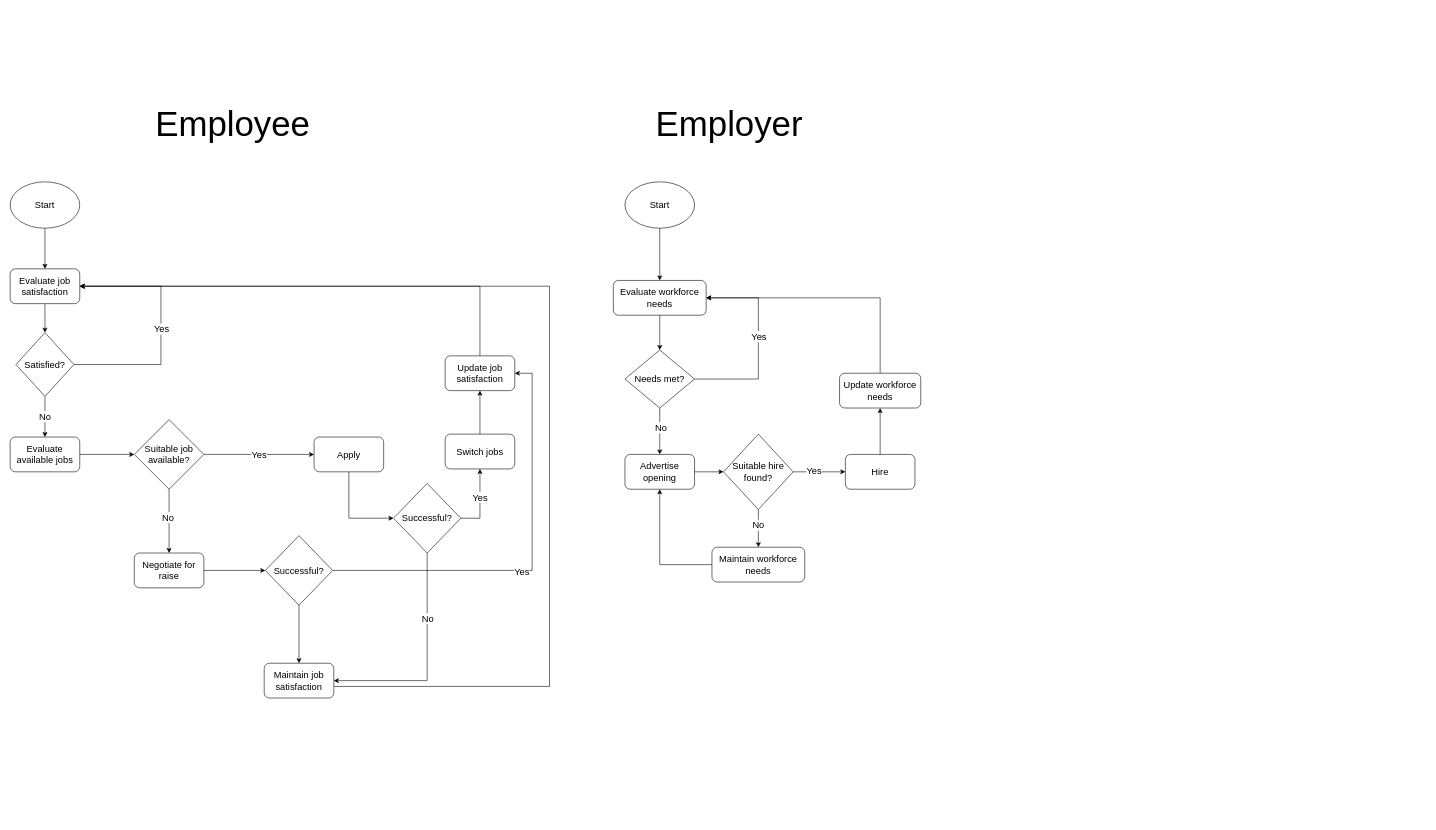
This is Optimising Compensation.drawio from TinoMuzambi/OptimisingCompensation, a draw.io file, before an edit. Source tidied: cells renumbered, new cells numbered last; positions are measured from the earlier drawing's top-left corner, leaving out a move shared by most shapes. Both pictures are drawn from the tidied source at 58%, with x=0, y=0 at pixel (10, 115).
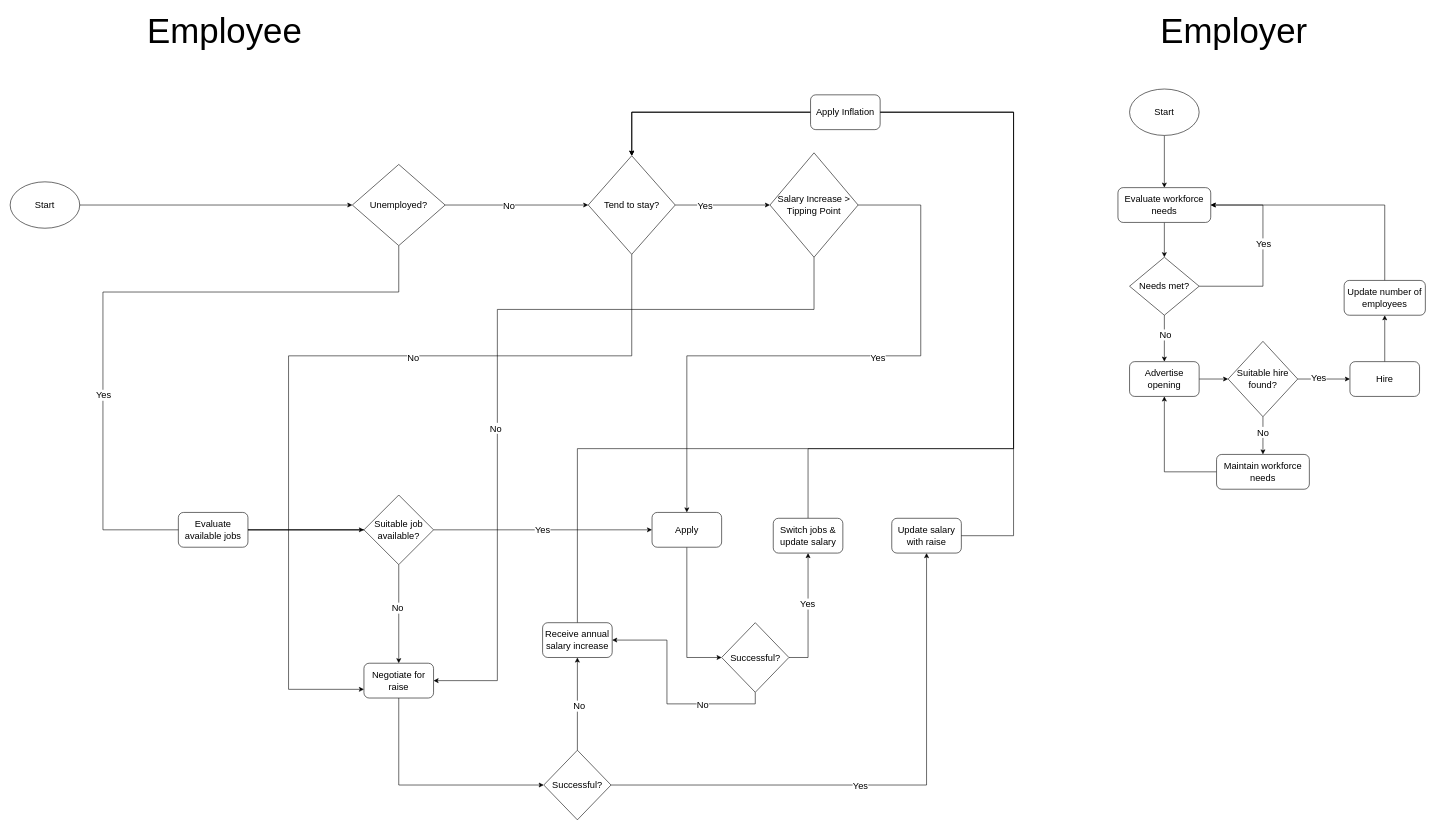
The same page after the edit.

The change refers to these unchanged cells:
```xml
<mxCell id="3" value="&lt;font style=&quot;font-size: 16px;&quot;&gt;Start&lt;/font&gt;" style="ellipse;whiteSpace=wrap;html=1;fontSize=16;" parent="1" vertex="1">
  <mxGeometry y="115" width="120" height="80" as="geometry" />
</mxCell>
```

Diff of the diagram source:
```diff
@@
-<mxGraphModel>
+<mxGraphModel background="#ffffff">
@@
-    <mxCell id="2" style="edgeStyle=orthogonalEdgeStyle;rounded=0;jettySize=auto;html=1;entryX=0.5;entryY=0;entryDx=0;entryDy=0;fontFamily=Helvetica;fontSize=16;fontColor=default;" parent="1" edge="1" source="3" target="9">
-      <mxGeometry relative="1" as="geometry" />
-    </mxCell>
@@
-    <mxCell id="4" style="edgeStyle=orthogonalEdgeStyle;rounded=0;jettySize=auto;html=1;fontFamily=Helvetica;fontSize=16;fontColor=default;exitX=1;exitY=0.5;exitDx=0;exitDy=0;entryX=1;entryY=0.5;entryDx=0;entryDy=0;" parent="1" edge="1" source="7" target="9">
-      <mxGeometry relative="1" as="geometry">
-        <Array as="points">
-          <mxPoint x="260" y="430" />
-          <mxPoint x="260" y="295" />
-        </Array>
-      </mxGeometry>
-    </mxCell>
-    <mxCell id="5" value="Yes" style="edgeLabel;html=1;align=center;verticalAlign=middle;strokeColor=default;fontFamily=Helvetica;fontSize=16;fontColor=default;fillColor=default;" parent="4" vertex="1">
-      <mxGeometry relative="1" as="geometry">
-        <mxPoint y="1" as="offset" />
-      </mxGeometry>
-    </mxCell>
+    <mxCell id="59" style="edgeStyle=orthogonalEdgeStyle;rounded=0;jettySize=auto;html=1;entryX=0;entryY=0.5;entryDx=0;entryDy=0;fontSize=16;" parent="1" edge="1" source="7" target="69">
+      <mxGeometry relative="1" as="geometry" />
+    </mxCell>
+    <mxCell id="60" value="No" style="edgeLabel;html=1;align=center;verticalAlign=middle;fontSize=16;" parent="59" vertex="1">
+      <mxGeometry x="-0.12" y="-1" relative="1" as="geometry" />
+    </mxCell>
-    <mxCell id="6" value="No" style="edgeStyle=orthogonalEdgeStyle;rounded=0;jettySize=auto;html=1;fontFamily=Helvetica;fontSize=16;fontColor=default;" parent="1" edge="1" source="7" target="11">
-      <mxGeometry relative="1" as="geometry" />
+    <mxCell id="6" style="edgeStyle=orthogonalEdgeStyle;rounded=0;jettySize=auto;html=1;entryX=0;entryY=0.5;entryDx=0;entryDy=0;fontSize=16;" parent="1" edge="1" source="7" target="11">
+      <mxGeometry relative="1" as="geometry">
+        <Array as="points">
+          <mxPoint x="670" y="305" />
+          <mxPoint x="160" y="305" />
+          <mxPoint x="160" y="715" />
+          <mxPoint x="610" y="715" />
+        </Array>
+      </mxGeometry>
     </mxCell>
+    <mxCell id="61" value="&lt;font style=&quot;font-size: 16px;&quot;&gt;Yes&lt;/font&gt;" style="edgeLabel;html=1;align=center;verticalAlign=middle;fontSize=16;" parent="6" vertex="1">
+      <mxGeometry x="0.11" relative="1" as="geometry">
+        <mxPoint y="-215" as="offset" />
+      </mxGeometry>
+    </mxCell>
-    <mxCell id="7" value="Satisfied?" style="rhombus;whiteSpace=wrap;html=1;fontSize=16;" parent="1" vertex="1">
-      <mxGeometry x="10" y="375" width="100" height="110" as="geometry" />
+    <mxCell id="7" value="Unemployed?" style="rhombus;whiteSpace=wrap;html=1;fontSize=16;" parent="1" vertex="1">
+      <mxGeometry x="590" y="85" width="160" height="140" as="geometry" />
     </mxCell>
-    <mxCell id="8" style="edgeStyle=orthogonalEdgeStyle;rounded=0;jettySize=auto;html=1;entryX=0.5;entryY=0;entryDx=0;entryDy=0;fontFamily=Helvetica;fontSize=16;fontColor=default;" parent="1" edge="1" source="9" target="7">
+    <mxCell id="8" style="edgeStyle=orthogonalEdgeStyle;rounded=0;jettySize=auto;html=1;fontFamily=Helvetica;fontSize=16;fontColor=default;exitX=1;exitY=0.5;exitDx=0;exitDy=0;entryX=0;entryY=0.5;entryDx=0;entryDy=0;" parent="1" edge="1" source="3" target="7">
       <mxGeometry relative="1" as="geometry" />
     </mxCell>
-    <mxCell id="9" value="Evaluate job satisfaction" style="rounded=1;whiteSpace=wrap;html=1;strokeColor=default;align=center;verticalAlign=middle;fontFamily=Helvetica;fontSize=16;fontColor=default;fillColor=default;" parent="1" vertex="1">
-      <mxGeometry y="265" width="120" height="60" as="geometry" />
-    </mxCell>
@@
     <mxCell id="11" value="Evaluate available jobs" style="whiteSpace=wrap;html=1;fontSize=16;rounded=1;" parent="1" vertex="1">
-      <mxGeometry y="555" width="120" height="60" as="geometry" />
+      <mxGeometry x="290" y="685" width="120" height="60" as="geometry" />
     </mxCell>
@@
-    <mxCell id="13" style="edgeStyle=orthogonalEdgeStyle;rounded=0;jettySize=auto;html=1;fontFamily=Helvetica;fontSize=16;fontColor=default;" parent="1" edge="1" source="15" target="19">
+    <mxCell id="13" style="edgeStyle=orthogonalEdgeStyle;rounded=0;jettySize=auto;html=1;fontFamily=Helvetica;fontSize=16;fontColor=default;exitX=0.5;exitY=1;exitDx=0;exitDy=0;" parent="1" edge="1" source="15" target="19">
       <mxGeometry relative="1" as="geometry" />
     </mxCell>
@@
     <mxCell id="15" value="Suitable job available?" style="rhombus;whiteSpace=wrap;html=1;fontSize=16;rounded=0;" parent="1" vertex="1">
-      <mxGeometry x="214" y="525" width="120" height="120" as="geometry" />
+      <mxGeometry x="610" y="655" width="120" height="120" as="geometry" />
     </mxCell>
-    <mxCell id="16" style="edgeStyle=orthogonalEdgeStyle;rounded=0;jettySize=auto;html=1;fontFamily=Helvetica;fontSize=16;fontColor=default;" parent="1" edge="1" source="17" target="21">
-      <mxGeometry relative="1" as="geometry" />
-    </mxCell>
+    <mxCell id="62" style="edgeStyle=orthogonalEdgeStyle;rounded=0;jettySize=auto;html=1;entryX=0.5;entryY=0;entryDx=0;entryDy=0;fontSize=16;" parent="1" edge="1" source="17" target="69">
+      <mxGeometry relative="1" as="geometry">
+        <Array as="points">
+          <mxPoint x="1376" y="575" />
+          <mxPoint x="1730" y="575" />
+          <mxPoint x="1730" y="-5" />
+          <mxPoint x="1072" y="-5" />
+        </Array>
+      </mxGeometry>
+    </mxCell>
-    <mxCell id="17" value="Switch jobs" style="whiteSpace=wrap;html=1;fontSize=16;rounded=1;" parent="1" vertex="1">
-      <mxGeometry x="750" y="550" width="120" height="60" as="geometry" />
+    <mxCell id="17" value="Switch jobs &amp;amp; update salary" style="whiteSpace=wrap;html=1;fontSize=16;rounded=1;" parent="1" vertex="1">
+      <mxGeometry x="1315.7" y="695.1" width="120" height="60" as="geometry" />
     </mxCell>
-    <mxCell id="18" style="edgeStyle=orthogonalEdgeStyle;rounded=0;jettySize=auto;html=1;fontFamily=Helvetica;fontSize=16;fontColor=default;" parent="1" edge="1" source="19" target="25">
-      <mxGeometry relative="1" as="geometry" />
+    <mxCell id="18" style="edgeStyle=orthogonalEdgeStyle;rounded=0;jettySize=auto;html=1;fontFamily=Helvetica;fontSize=16;fontColor=default;entryX=0;entryY=0.5;entryDx=0;entryDy=0;exitX=0.5;exitY=1;exitDx=0;exitDy=0;" parent="1" edge="1" source="19" target="25">
+      <mxGeometry relative="1" as="geometry">
+        <Array as="points">
+          <mxPoint x="670" y="1155" />
+        </Array>
+      </mxGeometry>
     </mxCell>
     <mxCell id="19" value="Negotiate for raise" style="whiteSpace=wrap;html=1;fontSize=16;rounded=1;" parent="1" vertex="1">
-      <mxGeometry x="214" y="755" width="120" height="60" as="geometry" />
+      <mxGeometry x="610" y="945" width="120" height="60" as="geometry" />
     </mxCell>
-    <mxCell id="20" style="edgeStyle=orthogonalEdgeStyle;rounded=0;jettySize=auto;html=1;exitX=0.5;exitY=0;exitDx=0;exitDy=0;entryX=1;entryY=0.5;entryDx=0;entryDy=0;fontFamily=Helvetica;fontSize=16;fontColor=default;" parent="1" edge="1" source="21" target="9">
-      <mxGeometry relative="1" as="geometry" />
-    </mxCell>
-    <mxCell id="21" value="Update job satisfaction" style="whiteSpace=wrap;html=1;fontSize=16;rounded=1;" parent="1" vertex="1">
-      <mxGeometry x="750" y="415" width="120" height="60" as="geometry" />
-    </mxCell>
-    <mxCell id="22" style="edgeStyle=orthogonalEdgeStyle;rounded=0;jettySize=auto;html=1;entryX=1;entryY=0.5;entryDx=0;entryDy=0;fontFamily=Helvetica;fontSize=16;fontColor=default;" parent="1" edge="1" source="25" target="21">
+    <mxCell id="22" style="edgeStyle=orthogonalEdgeStyle;rounded=0;jettySize=auto;html=1;fontFamily=Helvetica;fontSize=16;fontColor=default;entryX=0.5;entryY=1;entryDx=0;entryDy=0;exitX=1;exitY=0.5;exitDx=0;exitDy=0;" parent="1" edge="1" source="25" target="76">
       <mxGeometry relative="1" as="geometry">
         <Array as="points">
-          <mxPoint x="900" y="785" />
-          <mxPoint x="900" y="445" />
+          <mxPoint x="1580" y="1155" />
         </Array>
       </mxGeometry>
     </mxCell>
@@
-    <mxCell id="24" style="edgeStyle=orthogonalEdgeStyle;rounded=0;jettySize=auto;html=1;fontFamily=Helvetica;fontSize=16;fontColor=default;" parent="1" edge="1" source="25" target="27">
+    <mxCell id="24" style="edgeStyle=orthogonalEdgeStyle;rounded=0;jettySize=auto;html=1;entryX=0.5;entryY=1;entryDx=0;entryDy=0;fontSize=16;" parent="1" edge="1" source="25" target="27">
       <mxGeometry relative="1" as="geometry" />
     </mxCell>
+    <mxCell id="63" value="&lt;font style=&quot;font-size: 16px;&quot;&gt;No&lt;/font&gt;" style="edgeLabel;html=1;align=center;verticalAlign=middle;fontSize=16;" parent="24" vertex="1">
+      <mxGeometry x="-0.04" y="-2" relative="1" as="geometry" />
+    </mxCell>
     <mxCell id="25" value="Successful?" style="rhombus;whiteSpace=wrap;html=1;fontSize=16;rounded=0;" parent="1" vertex="1">
-      <mxGeometry x="440" y="725" width="116" height="120" as="geometry" />
+      <mxGeometry x="920" y="1095" width="116" height="120" as="geometry" />
     </mxCell>
-    <mxCell id="26" style="edgeStyle=orthogonalEdgeStyle;rounded=0;jettySize=auto;html=1;entryX=1;entryY=0.5;entryDx=0;entryDy=0;fontFamily=Helvetica;fontSize=16;fontColor=default;" parent="1" edge="1" source="27" target="9">
-      <mxGeometry relative="1" as="geometry">
-        <Array as="points">
-          <mxPoint x="930" y="985" />
-          <mxPoint x="930" y="295" />
-        </Array>
-      </mxGeometry>
-    </mxCell>
+    <mxCell id="64" style="edgeStyle=orthogonalEdgeStyle;rounded=0;jettySize=auto;html=1;entryX=0.5;entryY=0;entryDx=0;entryDy=0;fontSize=16;" parent="1" edge="1" source="27" target="69">
+      <mxGeometry relative="1" as="geometry">
+        <Array as="points">
+          <mxPoint x="978" y="575" />
+          <mxPoint x="1730" y="575" />
+          <mxPoint x="1730" y="-5" />
+          <mxPoint x="1072" y="-5" />
+        </Array>
+      </mxGeometry>
+    </mxCell>
-    <mxCell id="27" value="Maintain job satisfaction" style="whiteSpace=wrap;html=1;fontSize=16;rounded=1;" parent="1" vertex="1">
-      <mxGeometry x="438" y="945" width="120" height="60" as="geometry" />
+    <mxCell id="27" value="Receive annual salary increase" style="whiteSpace=wrap;html=1;fontSize=16;rounded=1;" parent="1" vertex="1">
+      <mxGeometry x="918" y="875.1" width="120" height="60" as="geometry" />
     </mxCell>
     <mxCell id="28" value="&lt;font style=&quot;font-size: 60px;&quot;&gt;Employee&lt;/font&gt;" style="text;html=1;align=center;verticalAlign=middle;whiteSpace=wrap;rounded=0;fontFamily=Helvetica;fontSize=12;fontColor=default;" parent="1" vertex="1">
-      <mxGeometry x="354" width="60" height="30" as="geometry" />
+      <mxGeometry x="340" y="-160" width="60" height="30" as="geometry" />
     </mxCell>
     <mxCell id="29" value="&lt;font style=&quot;font-size: 60px;&quot;&gt;Employer&lt;/font&gt;" style="text;html=1;align=center;verticalAlign=middle;whiteSpace=wrap;rounded=0;fontFamily=Helvetica;fontSize=12;fontColor=default;" parent="1" vertex="1">
-      <mxGeometry x="1210" width="60" height="30" as="geometry" />
+      <mxGeometry x="2080" y="-160" width="60" height="30" as="geometry" />
     </mxCell>
@@
     <mxCell id="31" value="Start" style="ellipse;whiteSpace=wrap;html=1;strokeColor=default;align=center;verticalAlign=middle;fontFamily=Helvetica;fontSize=16;fontColor=default;fillColor=default;" parent="1" vertex="1">
-      <mxGeometry x="1060" y="115" width="120" height="80" as="geometry" />
+      <mxGeometry x="1930" y="-45" width="120" height="80" as="geometry" />
     </mxCell>
@@
     <mxCell id="33" value="Evaluate workforce needs" style="whiteSpace=wrap;html=1;rounded=1;fontSize=16;" parent="1" vertex="1">
-      <mxGeometry x="1040" y="285" width="160" height="60" as="geometry" />
+      <mxGeometry x="1910" y="125" width="160" height="60" as="geometry" />
     </mxCell>
     <mxCell id="34" style="edgeStyle=orthogonalEdgeStyle;rounded=0;jettySize=auto;html=1;entryX=1;entryY=0.5;entryDx=0;entryDy=0;fontFamily=Helvetica;fontSize=16;fontColor=default;exitX=1;exitY=0.5;exitDx=0;exitDy=0;" parent="1" edge="1" source="38" target="33">
       <mxGeometry relative="1" as="geometry">
         <Array as="points">
-          <mxPoint x="1290" y="455" />
-          <mxPoint x="1290" y="315" />
+          <mxPoint x="2160" y="295" />
+          <mxPoint x="2160" y="155" />
         </Array>
       </mxGeometry>
     </mxCell>
@@
     <mxCell id="38" value="Needs met?" style="rhombus;whiteSpace=wrap;html=1;rounded=0;fontSize=16;" parent="1" vertex="1">
-      <mxGeometry x="1060" y="405" width="120" height="100" as="geometry" />
+      <mxGeometry x="1930" y="245" width="120" height="100" as="geometry" />
     </mxCell>
@@
     <mxCell id="40" value="Advertise opening" style="whiteSpace=wrap;html=1;rounded=1;fontSize=16;" parent="1" vertex="1">
-      <mxGeometry x="1060" y="585" width="120" height="60" as="geometry" />
+      <mxGeometry x="1930" y="425" width="120" height="60" as="geometry" />
     </mxCell>
@@
     <mxCell id="45" value="Suitable hire found?" style="rhombus;whiteSpace=wrap;html=1;rounded=0;fontSize=16;" parent="1" vertex="1">
-      <mxGeometry x="1230" y="550" width="120" height="130" as="geometry" />
+      <mxGeometry x="2100" y="390" width="120" height="130" as="geometry" />
     </mxCell>
@@
     <mxCell id="47" value="Hire" style="whiteSpace=wrap;html=1;rounded=1;fontSize=16;" parent="1" vertex="1">
-      <mxGeometry x="1440" y="585" width="120" height="60" as="geometry" />
+      <mxGeometry x="2310" y="425" width="120" height="60" as="geometry" />
     </mxCell>
     <mxCell id="48" style="edgeStyle=orthogonalEdgeStyle;rounded=0;jettySize=auto;html=1;entryX=1;entryY=0.5;entryDx=0;entryDy=0;fontFamily=Helvetica;fontSize=16;fontColor=default;exitX=0.5;exitY=0;exitDx=0;exitDy=0;" parent="1" edge="1" source="49" target="33">
       <mxGeometry relative="1" as="geometry">
         <Array as="points">
-          <mxPoint x="1500" y="315" />
+          <mxPoint x="2370" y="155" />
         </Array>
       </mxGeometry>
     </mxCell>
-    <mxCell id="49" value="Update workforce needs" style="whiteSpace=wrap;html=1;rounded=1;fontSize=16;" parent="1" vertex="1">
-      <mxGeometry x="1430" y="445" width="140" height="60" as="geometry" />
+    <mxCell id="49" value="Update number of employees" style="whiteSpace=wrap;html=1;rounded=1;fontSize=16;" parent="1" vertex="1">
+      <mxGeometry x="2300" y="285" width="140" height="60" as="geometry" />
     </mxCell>
@@
     <mxCell id="51" value="Maintain workforce needs" style="whiteSpace=wrap;html=1;rounded=1;fontSize=16;" parent="1" vertex="1">
-      <mxGeometry x="1210" y="745" width="160" height="60" as="geometry" />
+      <mxGeometry x="2080" y="585" width="160" height="60" as="geometry" />
     </mxCell>
@@
     <mxCell id="53" value="Apply" style="rounded=1;whiteSpace=wrap;html=1;strokeColor=default;align=center;verticalAlign=middle;fontFamily=Helvetica;fontSize=16;fontColor=default;fillColor=default;" parent="1" vertex="1">
-      <mxGeometry x="524" y="555" width="120" height="60" as="geometry" />
+      <mxGeometry x="1106.7" y="685" width="120" height="60" as="geometry" />
     </mxCell>
@@
-    <mxCell id="56" style="edgeStyle=orthogonalEdgeStyle;rounded=0;jettySize=auto;html=1;entryX=1;entryY=0.5;entryDx=0;entryDy=0;fontFamily=Helvetica;fontSize=12;fontColor=default;exitX=0.5;exitY=1;exitDx=0;exitDy=0;" parent="1" edge="1" source="58" target="27">
+    <mxCell id="56" style="edgeStyle=orthogonalEdgeStyle;rounded=0;jettySize=auto;html=1;entryX=1;entryY=0.5;entryDx=0;entryDy=0;fontFamily=Helvetica;fontSize=16;fontColor=default;exitX=0.5;exitY=1;exitDx=0;exitDy=0;" parent="1" edge="1" source="58" target="27">
       <mxGeometry relative="1" as="geometry" />
     </mxCell>
@@
     <mxCell id="58" value="Successful?" style="rhombus;whiteSpace=wrap;html=1;fontSize=16;rounded=0;" parent="1" vertex="1">
-      <mxGeometry x="661" y="635" width="116" height="120" as="geometry" />
+      <mxGeometry x="1226.7" y="875.1" width="116" height="120" as="geometry" />
     </mxCell>
+    <mxCell id="65" style="edgeStyle=orthogonalEdgeStyle;rounded=0;jettySize=auto;html=1;entryX=0;entryY=0.5;entryDx=0;entryDy=0;fontSize=16;" parent="1" edge="1" source="69" target="74">
+      <mxGeometry relative="1" as="geometry" />
+    </mxCell>
+    <mxCell id="66" value="Yes" style="edgeLabel;html=1;align=center;verticalAlign=middle;fontSize=16;" parent="65" vertex="1">
+      <mxGeometry x="-0.38" relative="1" as="geometry" />
+    </mxCell>
+    <mxCell id="67" style="edgeStyle=orthogonalEdgeStyle;rounded=0;jettySize=auto;html=1;entryX=0;entryY=0.75;entryDx=0;entryDy=0;fontSize=16;" parent="1" edge="1" source="69" target="19">
+      <mxGeometry relative="1" as="geometry">
+        <Array as="points">
+          <mxPoint x="1072" y="415" />
+          <mxPoint x="480" y="415" />
+          <mxPoint x="480" y="990" />
+        </Array>
+      </mxGeometry>
+    </mxCell>
+    <mxCell id="68" value="&lt;font style=&quot;font-size: 16px;&quot;&gt;No&lt;/font&gt;" style="edgeLabel;html=1;align=center;verticalAlign=middle;fontSize=16;" parent="67" vertex="1">
+      <mxGeometry x="-0.25" y="3" relative="1" as="geometry" />
+    </mxCell>
+    <mxCell id="69" value="Tend to stay?" style="rhombus;whiteSpace=wrap;html=1;fontSize=16;" parent="1" vertex="1">
+      <mxGeometry x="996.7" y="70" width="150" height="170" as="geometry" />
+    </mxCell>
+    <mxCell id="70" style="edgeStyle=orthogonalEdgeStyle;rounded=0;jettySize=auto;html=1;entryX=0.5;entryY=0;entryDx=0;entryDy=0;fontSize=16;exitX=1;exitY=0.5;exitDx=0;exitDy=0;" parent="1" edge="1" source="74" target="53">
+      <mxGeometry relative="1" as="geometry">
+        <Array as="points">
+          <mxPoint x="1570" y="155" />
+          <mxPoint x="1570" y="415" />
+          <mxPoint x="1167" y="415" />
+        </Array>
+      </mxGeometry>
+    </mxCell>
+    <mxCell id="71" value="&lt;font style=&quot;font-size: 16px;&quot;&gt;Yes&lt;/font&gt;" style="edgeLabel;html=1;align=center;verticalAlign=middle;" parent="70" vertex="1">
+      <mxGeometry x="-0.15" y="3" relative="1" as="geometry" />
+    </mxCell>
+    <mxCell id="72" style="edgeStyle=orthogonalEdgeStyle;rounded=0;jettySize=auto;html=1;entryX=1;entryY=0.5;entryDx=0;entryDy=0;" parent="1" edge="1" source="74" target="19">
+      <mxGeometry relative="1" as="geometry">
+        <Array as="points">
+          <mxPoint x="1386" y="335" />
+          <mxPoint x="840" y="335" />
+          <mxPoint x="840" y="975" />
+        </Array>
+      </mxGeometry>
+    </mxCell>
+    <mxCell id="73" value="&lt;font style=&quot;font-size: 16px;&quot;&gt;No&lt;/font&gt;" style="edgeLabel;html=1;align=center;verticalAlign=middle;" parent="72" vertex="1">
+      <mxGeometry x="0.21" y="-4" relative="1" as="geometry">
+        <mxPoint y="1" as="offset" />
+      </mxGeometry>
+    </mxCell>
+    <mxCell id="74" value="Salary Increase &amp;gt; Tipping Point" style="rhombus;whiteSpace=wrap;html=1;fontSize=16;" parent="1" vertex="1">
+      <mxGeometry x="1310" y="65" width="152" height="180" as="geometry" />
+    </mxCell>
+    <mxCell id="75" style="edgeStyle=orthogonalEdgeStyle;rounded=0;jettySize=auto;html=1;entryX=0.5;entryY=0;entryDx=0;entryDy=0;fontSize=16;" parent="1" edge="1" source="78" target="69">
+      <mxGeometry relative="1" as="geometry">
+        <Array as="points">
+          <mxPoint x="1072" y="-5" />
+        </Array>
+      </mxGeometry>
+    </mxCell>
+    <mxCell id="76" value="Update salary with raise" style="rounded=1;whiteSpace=wrap;html=1;fontSize=16;" parent="1" vertex="1">
+      <mxGeometry x="1520" y="695.1" width="120" height="60" as="geometry" />
+    </mxCell>
+    <mxCell id="77" style="edgeStyle=orthogonalEdgeStyle;rounded=0;jettySize=auto;html=1;entryX=0.5;entryY=0;entryDx=0;entryDy=0;fontSize=16;" parent="1" edge="1" source="76" target="78">
+      <mxGeometry relative="1" as="geometry">
+        <Array as="points">
+          <mxPoint x="1730" y="725" />
+          <mxPoint x="1730" y="-5" />
+        </Array>
+      </mxGeometry>
+    </mxCell>
+    <mxCell id="78" value="&lt;font style=&quot;font-size: 16px;&quot;&gt;Apply Inflation&lt;/font&gt;" style="rounded=1;whiteSpace=wrap;html=1;" parent="1" vertex="1">
+      <mxGeometry x="1380" y="-35" width="120" height="60" as="geometry" />
+    </mxCell>
```
